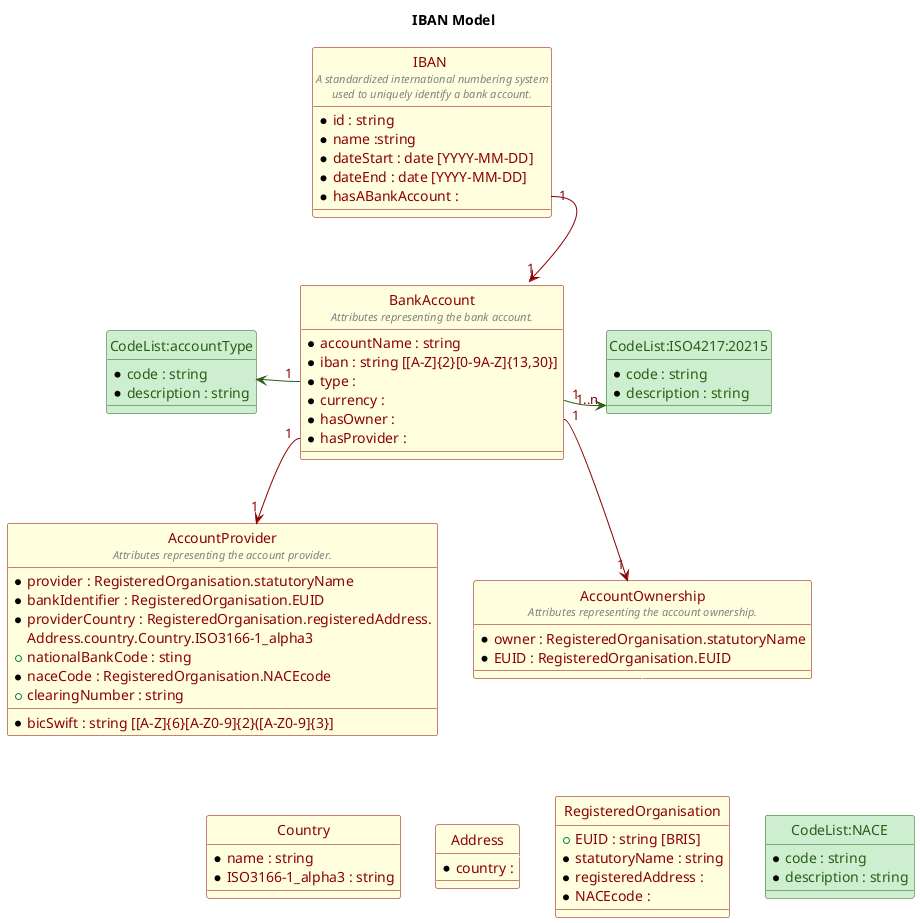
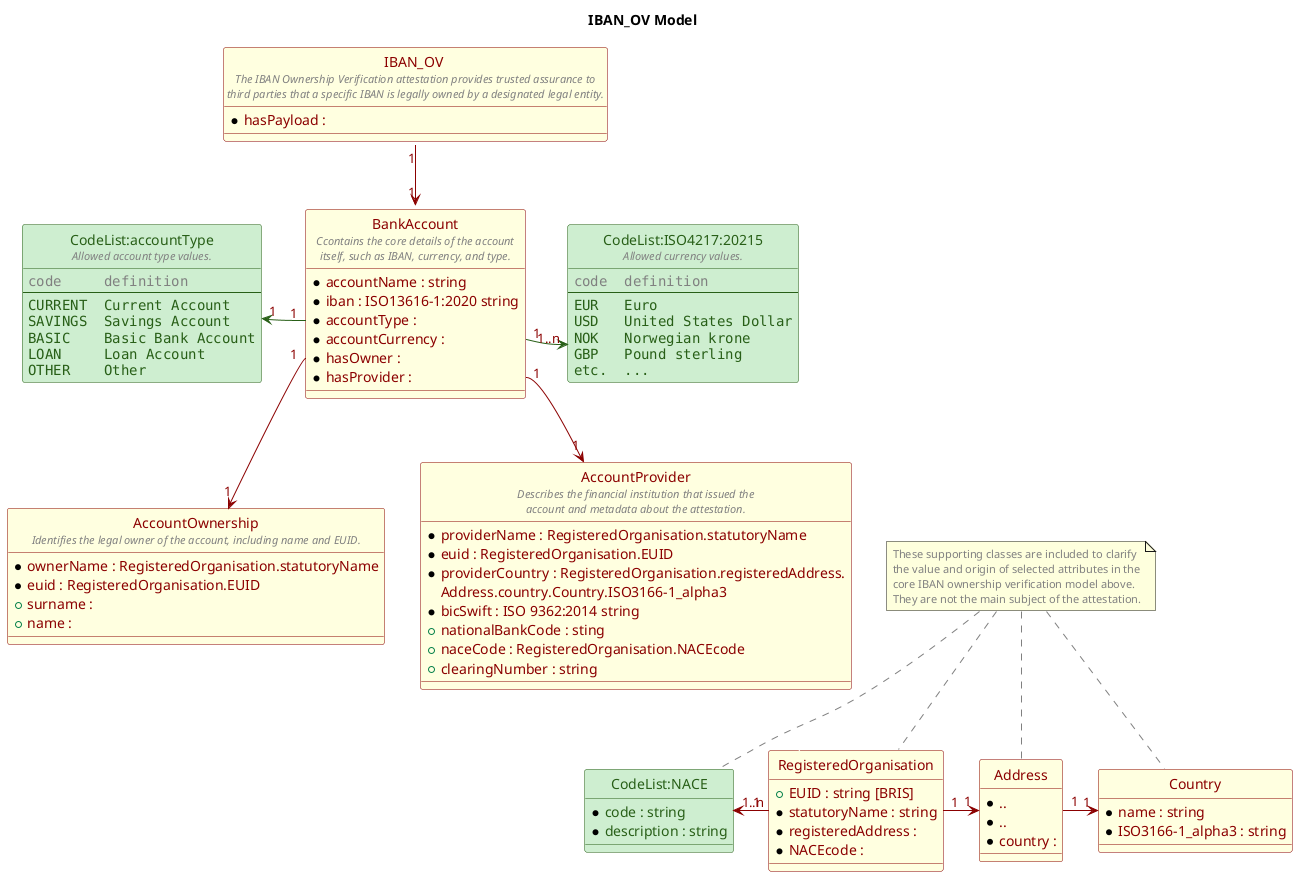
@startuml
- title IBAN Model
+ title IBAN_OV Model

- class "IBAN \n<size:11><color:gray><i>A standardized international numbering system\n<size:11><color:gray><i>used to uniquely identify a bank account.</i></color></size>" as IBAN {
-  *id : string
-  *name :string
-  *dateStart : date [YYYY-MM-DD]
-  *dateEnd : date [YYYY-MM-DD]
-  *hasABankAccount :
+ class "IBAN_OV \n<size:11><color:gray><i>The IBAN Ownership Verification attestation provides trusted assurance to\n<size:11><color:gray><i>third parties that a specific IBAN is legally owned by a designated legal entity.</i></color></size>" as IBAN_OV {
+  *hasPayload :
}

- class "BankAccount\n<size:11><color:gray><i>Attributes representing the bank account.</i></color></size>" as BankAccount {
+ class "BankAccount\n<size:11><color:gray><i>Ccontains the core details of the account\n<size:11><color:gray><i>itself, such as IBAN, currency, and type.</i></color></size>" as BankAccount {
  *accountName : string
-   *iban : string [[A-Z]{2}[0-9A-Z]{13,30}]
-   *type :
-   *currency :
+   *iban : ISO13616-1:2020 string
+   *accountType :
+   *accountCurrency :
  *hasOwner :
  *hasProvider :
}

- class "AccountOwnership\n<size:11><color:gray><i>Attributes representing the account ownership.</i></color></size>" as AccountOwnership {
-  *owner : RegisteredOrganisation.statutoryName
-  *EUID : RegisteredOrganisation.EUID
+ class "AccountOwnership\n<size:11><color:gray><i>Identifies the legal owner of the account, including name and EUID.</i></color></size>" as AccountOwnership {
+  *ownerName : RegisteredOrganisation.statutoryName
+  *euid : RegisteredOrganisation.EUID
+  +surname :
+  +name :
}

- class "AccountProvider\n<size:11><color:gray><i>Attributes representing the account provider.</i></color></size>" as AccountProvider {
-  *provider : RegisteredOrganisation.statutoryName
-  *bankIdentifier : RegisteredOrganisation.EUID
+ class "AccountProvider\n<size:11><color:gray><i>Describes the financial institution that issued the\n<size:11><color:gray><i>account and metadata about the attestation.</i></color></size>" as AccountProvider {
+  *providerName : RegisteredOrganisation.statutoryName
+  *euid : RegisteredOrganisation.EUID
 *providerCountry : RegisteredOrganisation.registeredAddress.
 Address.country.Country.ISO3166-1_alpha3
-  *bicSwift : string [[A-Z]{6}[A-Z0-9]{2}([A-Z0-9]{3}]
+  *bicSwift : ISO 9362:2014 string
 +nationalBankCode : sting
-  *naceCode : RegisteredOrganisation.NACEcode
+  +naceCode : RegisteredOrganisation.NACEcode
 +clearingNumber : string
}

class RegisteredOrganisation {
 +EUID : string [BRIS]
 *statutoryName : string
 *registeredAddress :
 *NACEcode :
}

class Address {
+  *..
+  *..
 *country :
}

class Country {
 *name : string
 *ISO3166-1_alpha3 : string
}

class CodeList:NACE
{
 *code : string
 *description : string
}

- class CodeList:accountType
- {
-  *code : string
-  *description : string
+ note as ReferenceClassesNote
+ <size:11><color:gray>These supporting classes are included to clarify
+ <size:11><color:gray>the value and origin of selected attributes in the
+ <size:11><color:gray>core IBAN ownership verification model above.
+ <size:11><color:gray>They are not the main subject of the attestation.</color></size>
+ end note
+ 
+ ReferenceClassesNote .. RegisteredOrganisation #gray
+ ReferenceClassesNote .. Address #gray
+ ReferenceClassesNote .. Country #gray
+ ReferenceClassesNote .. "CodeList:NACE" #gray
+ 
+ class "CodeList:accountType\n<size:11><color:gray><i>Allowed account type values.</i></color></size>" as CodeList:accountType {
+   <font:monospaced><color:gray>code     definition</color></font>
+   --
+   <font:monospaced>CURRENT  Current Account</font>
+   <font:monospaced>SAVINGS  Savings Account</font>
+   <font:monospaced>BASIC    Basic Bank Account</font>
+   <font:monospaced>LOAN     Loan Account</font>
+   <font:monospaced>OTHER    Other</font>
}

- class CodeList:ISO4217:20215
- {
-  *code : string
-  *description : string
+ class "CodeList:ISO4217:20215\n<size:11><color:gray><i>Allowed currency values.</i></color></size>" as CodeList:ISO4217:20215 {
+   <font:monospaced><color:gray>code  definition</color></font>
+   --
+   <font:monospaced>EUR   Euro</font>
+   <font:monospaced>USD   United States Dollar</font>
+   <font:monospaced>NOK   Norwegian krone</font>
+   <font:monospaced>GBP   Pound sterling</font>
+   <font:monospaced>etc.  ...</font>
}

- IBAN::hasABankAccount "1" -down-> "1" BankAccount #line:DarkRed;text:DarkRed
- BankAccount::type "1" -left-> "CodeList:accountType" #line:285F17;text:DarkRed
- BankAccount::currency "1" -right-> "1..n" "CodeList:ISO4217:20215" #line:285F17;text:DarkRed
+ IBAN_OV::SubjectBankAccount "1" -down-> "1" BankAccount #line:DarkRed;text:DarkRed
+ BankAccount::accountType "1" -left-> "1" "CodeList:accountType" #line:285F17;text:DarkRed
+ BankAccount::accountCurrency "1" -right-> "1..n" "CodeList:ISO4217:20215" #line:285F17;text:DarkRed
BankAccount::hasOwner "1" -down-> "1" AccountOwnership #line:DarkRed;text:DarkRed
BankAccount::hasProvider "1" -down-> "1" AccountProvider #line:DarkRed;text:DarkRed

- AccountOwnership -down- RegisteredOrganisation #line:White
- RegisteredOrganisation -left-> Address #line:White
- RegisteredOrganisation -left-> Country #line:White
- RegisteredOrganisation -right-> "CodeList:NACE" #line:White
- AccountOwnership -left- AccountProvider #line:White
+ RegisteredOrganisation "1" -right-> "1" Address #line:DarkRed;text:DarkRed
+ RegisteredOrganisation "1" -left-> "1..n" "CodeList:NACE" #line:DarkRed;text:DarkRed
+ Address "1" -right-> "1" Country #line:DarkRed;text:DarkRed

- class IBAN #LightYellow;line:DarkRed;text:DarkRed
+ AccountProvider -down- RegisteredOrganisation #line:White
+ 
+ class IBAN_OV #LightYellow;line:DarkRed;text:DarkRed
class BankAccount #LightYellow;line:DarkRed;text:DarkRed
class AccountProvider #LightYellow;line:DarkRed;text:DarkRed
class AccountOwnership #LightYellow;line:DarkRed;text:DarkRed
class RegisteredOrganisation #LightYellow;line:DarkRed;text:DarkRed
class Address #LightYellow;line:DarkRed;text:DarkRed
class Country #LightYellow;line:DarkRed;text:DarkRed
class "CodeList:NACE" #CEEED0;line:285F17;text:285F17
class "CodeList:accountType" #CEEED0;line:285F17;text:285F17
class "CodeList:ISO4217:20215" #CEEED0;line:285F17;text:285F17
hide circle

@enduml
